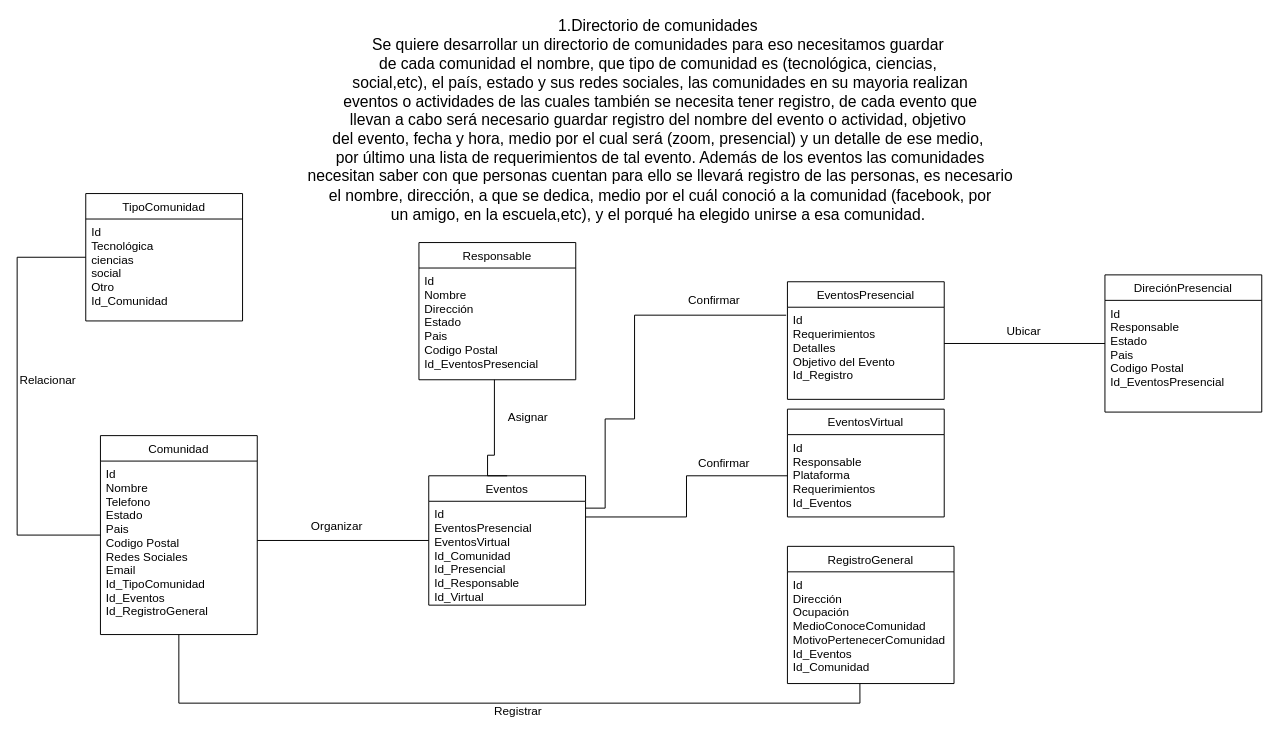
Earlier version of the draw.io diagram Untitled Diagram.drawio (jazzadahack323Gro/Diagrams). Source tidied: cells renumbered, new cells numbered last; positions are measured from the earlier drawing's top-left corner, leaving out a move shared by most shapes. Both pictures are drawn from the tidied source at 98%, with x=0, y=0 at pixel (17, 17).
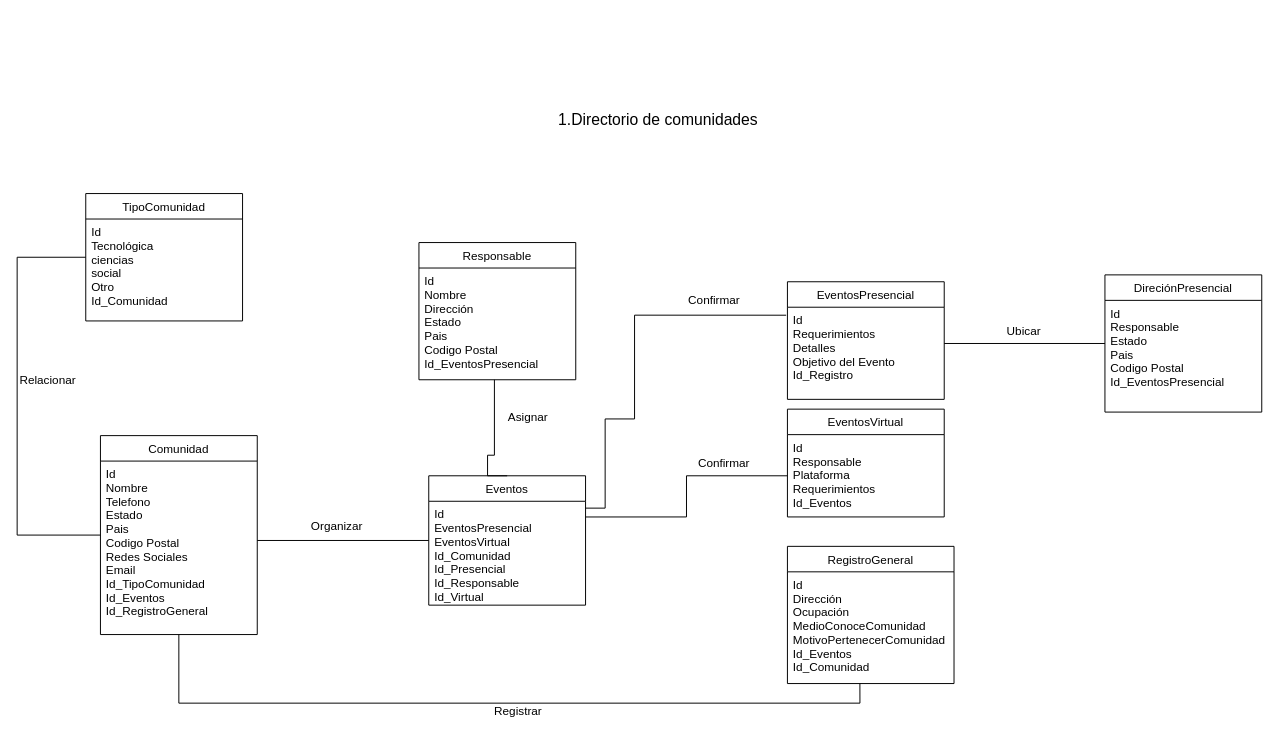
The same page after the edit.

Commit message:
Directorio de comunidades  Diagram.drawio

What changed in the source:
```diff
@@
-    <mxCell id="13" value="1.Directorio de comunidades&amp;nbsp;&lt;br style=&quot;font-size: 16px;&quot;&gt;Se quiere desarrollar un directorio de comunidades para eso necesitamos guardar&amp;nbsp;&lt;br style=&quot;font-size: 16px;&quot;&gt;de cada comunidad el nombre, que tipo de comunidad es (tecnológica, ciencias,&amp;nbsp;&lt;br style=&quot;font-size: 16px;&quot;&gt;social,etc), el país, estado y sus redes sociales, las comunidades en su mayoria realizan&lt;br style=&quot;font-size: 16px;&quot;&gt;&amp;nbsp;eventos o actividades de las cuales también se necesita tener registro, de cada evento que&amp;nbsp;&lt;br style=&quot;font-size: 16px;&quot;&gt;llevan a cabo será necesario guardar registro del nombre del evento o actividad, objetivo&amp;nbsp;&lt;br style=&quot;font-size: 16px;&quot;&gt;del evento, fecha y hora, medio por el cual será (zoom, presencial) y un detalle de ese medio,&amp;nbsp;&lt;br style=&quot;font-size: 16px;&quot;&gt;por último una lista de requerimientos de tal evento. Además de los eventos las comunidades&lt;br style=&quot;font-size: 16px;&quot;&gt;&amp;nbsp;necesitan saber con que personas cuentan para ello se llevará registro de las personas, es necesario&amp;nbsp;&lt;br style=&quot;font-size: 16px;&quot;&gt;el nombre, dirección, a que se dedica, medio por el cuál conoció a la comunidad (facebook, por &lt;br style=&quot;font-size: 16px;&quot;&gt;un amigo, en la escuela,etc), y el porqué ha elegido unirse a esa comunidad.&amp;nbsp;&lt;br style=&quot;font-size: 16px;&quot;&gt;" style="text;align=center;verticalAlign=middle;strokeColor=none;fillColor=none;opacity=80;html=1;fontSize=16;" parent="1" vertex="1">
-      <mxGeometry x="286" width="740" height="210" as="geometry" />
+    <mxCell id="13" value="1.Directorio de comunidades&amp;nbsp;&lt;br style=&quot;font-size: 16px&quot;&gt;" style="text;align=center;verticalAlign=middle;strokeColor=none;fillColor=none;opacity=80;html=1;fontSize=16;" parent="1" vertex="1">
+      <mxGeometry x="546" y="95" width="220" height="20" as="geometry" />
     </mxCell>
```
